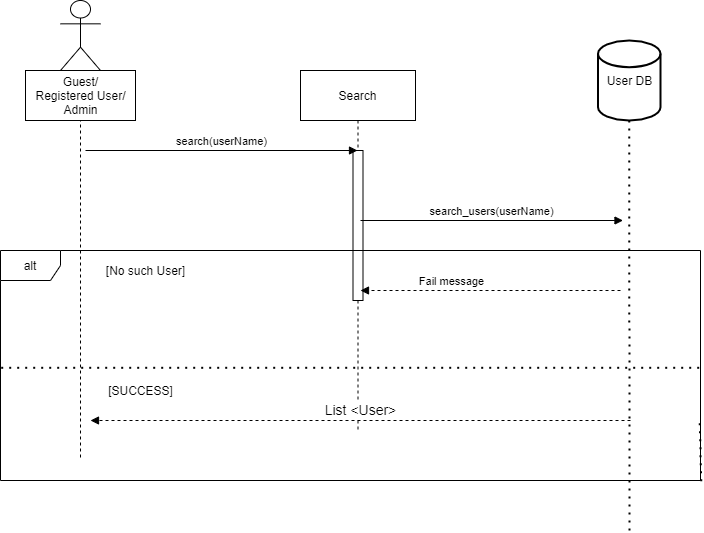
Above: wiki-images/sequence-diagrams/sequencediagrams-8.drawio.png in bounswe/2021SpringGroup9 (draw.io), before the change. Source tidied: cells renumbered, new cells last; positions are measured from the earlier drawing's top-left corner, leaving out a move shared by most shapes.
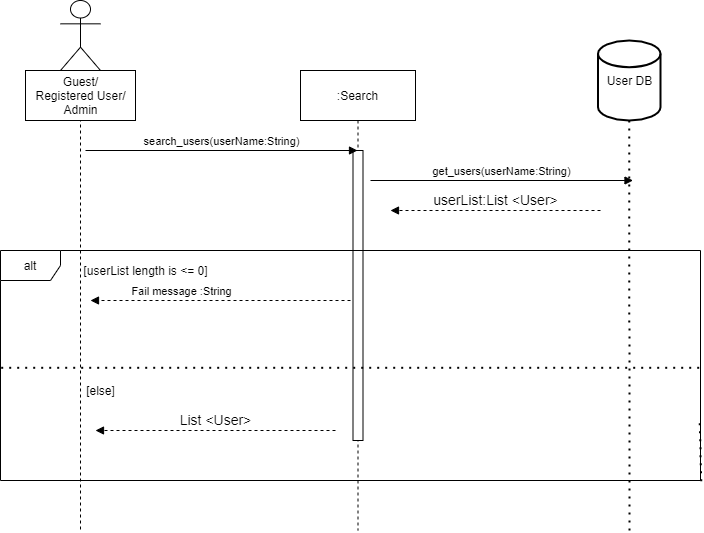
Later version of the same file.

The edit, as a diff of the source:
```diff
@@ -3,18 +3,18 @@
     <mxCell id="0" />
     <mxCell id="1" parent="0" />
     <mxCell id="2" style="shape=umlLifeline;participant=umlActor;perimeter=lifelinePerimeter;whiteSpace=wrap;html=1;verticalAlign=top;spacingTop=36;size=70;" parent="1" vertex="1">
-      <mxGeometry x="60" width="40" height="460" as="geometry" />
+      <mxGeometry x="60" width="40" height="530" as="geometry" />
     </mxCell>
     <mxCell id="3" value="Guest/&lt;br&gt;Registered User/&lt;br&gt;Admin" style="html=1;" parent="1" vertex="1">
       <mxGeometry x="25" y="70" width="110" height="50" as="geometry" />
     </mxCell>
-    <mxCell id="4" value="Search" style="shape=umlLifeline;perimeter=lifelinePerimeter;whiteSpace=wrap;html=1;outlineConnect=0;size=50;" parent="1" vertex="1">
-      <mxGeometry x="300" y="70" width="115" height="360" as="geometry" />
+    <mxCell id="4" value=":Search" style="shape=umlLifeline;perimeter=lifelinePerimeter;whiteSpace=wrap;html=1;outlineConnect=0;size=50;" parent="1" vertex="1">
+      <mxGeometry x="300" y="70" width="115" height="460" as="geometry" />
     </mxCell>
     <mxCell id="5" style="html=1;perimeter=orthogonalPerimeter;" parent="4" vertex="1">
-      <mxGeometry x="52.5" y="80" width="10" height="150" as="geometry" />
+      <mxGeometry x="52.5" y="80" width="10" height="290" as="geometry" />
     </mxCell>
-    <mxCell id="6" value="search(userName)" style="html=1;verticalAlign=bottom;endArrow=block;" parent="1" edge="1" target="4">
+    <mxCell id="6" value="search_users(userName:String)" style="html=1;verticalAlign=bottom;endArrow=block;" parent="1" edge="1" target="4">
       <mxGeometry relative="1" as="geometry">
         <mxPoint x="85" y="150" as="sourcePoint" />
       </mxGeometry>
@@ -25,29 +25,29 @@
     <mxCell id="8" style="endArrow=none;dashed=1;html=1;dashPattern=1 3;strokeWidth=2;exitX=0.001;exitY=0.51;exitDx=0;exitDy=0;exitPerimeter=0;entryX=1;entryY=0.51;entryDx=0;entryDy=0;entryPerimeter=0;" parent="1" edge="1" source="7" target="7">
       <mxGeometry relative="1" as="geometry" />
     </mxCell>
-    <mxCell id="9" value="search_users(userName)" style="html=1;verticalAlign=bottom;endArrow=block;" parent="1" edge="1">
+    <mxCell id="9" value="get_users(userName:String)" style="html=1;verticalAlign=bottom;endArrow=block;" parent="1" edge="1">
       <mxGeometry relative="1" as="geometry">
-        <mxPoint x="360" y="220" as="sourcePoint" />
-        <mxPoint x="622.5" y="220" as="targetPoint" />
+        <mxPoint x="370" y="180" as="sourcePoint" />
+        <mxPoint x="632.5" y="180" as="targetPoint" />
       </mxGeometry>
     </mxCell>
-    <mxCell id="10" value="Fail message" style="html=1;verticalAlign=bottom;endArrow=block;dashed=1;" parent="1" edge="1">
+    <mxCell id="10" value="Fail message :String" style="html=1;verticalAlign=bottom;endArrow=block;dashed=1;" parent="1" edge="1">
       <mxGeometry x="0.3" relative="1" as="geometry">
-        <mxPoint x="620" y="290" as="sourcePoint" />
-        <mxPoint x="360" y="290" as="targetPoint" />
+        <mxPoint x="350" y="300" as="sourcePoint" />
+        <mxPoint x="90" y="300" as="targetPoint" />
       </mxGeometry>
     </mxCell>
-    <mxCell id="11" value="&lt;font style=&quot;font-size: 14px&quot;&gt;List &amp;lt;User&amp;gt;&lt;/font&gt;" style="html=1;verticalAlign=bottom;endArrow=block;dashed=1;" parent="1" edge="1">
+    <mxCell id="11" value="&lt;font style=&quot;font-size: 14px&quot;&gt;userList:List &amp;lt;User&amp;gt;&lt;/font&gt;" style="html=1;verticalAlign=bottom;endArrow=block;dashed=1;" parent="1" edge="1">
       <mxGeometry relative="1" as="geometry">
-        <mxPoint x="630" y="420" as="sourcePoint" />
-        <mxPoint x="90" y="420" as="targetPoint" />
+        <mxPoint x="600" y="210" as="sourcePoint" />
+        <mxPoint x="390" y="210" as="targetPoint" />
       </mxGeometry>
     </mxCell>
-    <mxCell id="12" value="[No such User]" style="text;html=1;align=center;verticalAlign=middle;strokeColor=none;" parent="1" vertex="1">
-      <mxGeometry x="100" y="260" width="90" height="20" as="geometry" />
+    <mxCell id="12" value="[userList length is &amp;lt;= 0]" style="text;html=1;align=center;verticalAlign=middle;strokeColor=none;" parent="1" vertex="1">
+      <mxGeometry x="75" y="260" width="140" height="20" as="geometry" />
     </mxCell>
-    <mxCell id="13" value="[SUCCESS]" style="text;html=1;align=center;verticalAlign=middle;strokeColor=none;" parent="1" vertex="1">
-      <mxGeometry x="100" y="380" width="80" height="20" as="geometry" />
+    <mxCell id="13" value="[else]" style="text;html=1;align=center;verticalAlign=middle;strokeColor=none;" parent="1" vertex="1">
+      <mxGeometry x="80" y="380" width="40" height="20" as="geometry" />
     </mxCell>
     <mxCell id="14" style="endArrow=none;dashed=1;html=1;dashPattern=1 3;strokeWidth=2;entryX=0.999;entryY=0.75;entryDx=0;entryDy=0;entryPerimeter=0;exitX=1.001;exitY=1.003;exitDx=0;exitDy=0;exitPerimeter=0;" parent="1" edge="1" source="7" target="7">
       <mxGeometry x="1704" y="168.3" as="geometry" />
@@ -60,5 +60,11 @@
         <mxPoint x="629" y="530" as="sourcePoint" />
       </mxGeometry>
     </mxCell>
+    <mxCell id="17" value="&lt;font style=&quot;font-size: 14px&quot;&gt;List &amp;lt;User&amp;gt;&lt;/font&gt;" style="html=1;verticalAlign=bottom;endArrow=block;dashed=1;" parent="1" edge="1">
+      <mxGeometry relative="1" as="geometry">
+        <mxPoint x="335" y="430" as="sourcePoint" />
+        <mxPoint x="95" y="430" as="targetPoint" />
+      </mxGeometry>
+    </mxCell>
   </root>
 </mxGraphModel>
```
